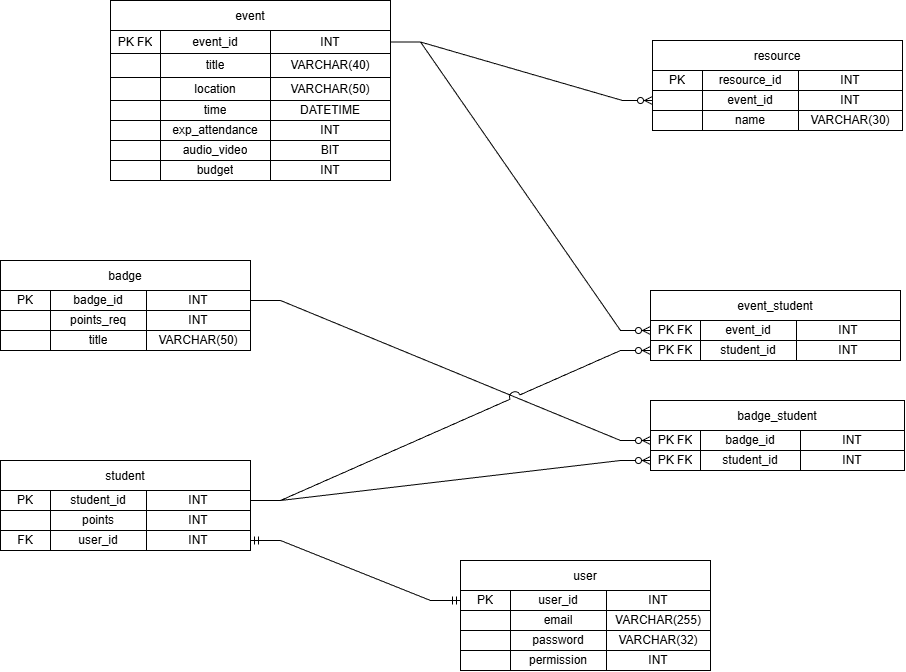
Above: StudentEngagementDatabase/erd.png in GabrielConner/StudentEngagement (draw.io), before the change. Source tidied: cells renumbered, new cells last; positions are measured from the earlier drawing's top-left corner, leaving out a move shared by most shapes.
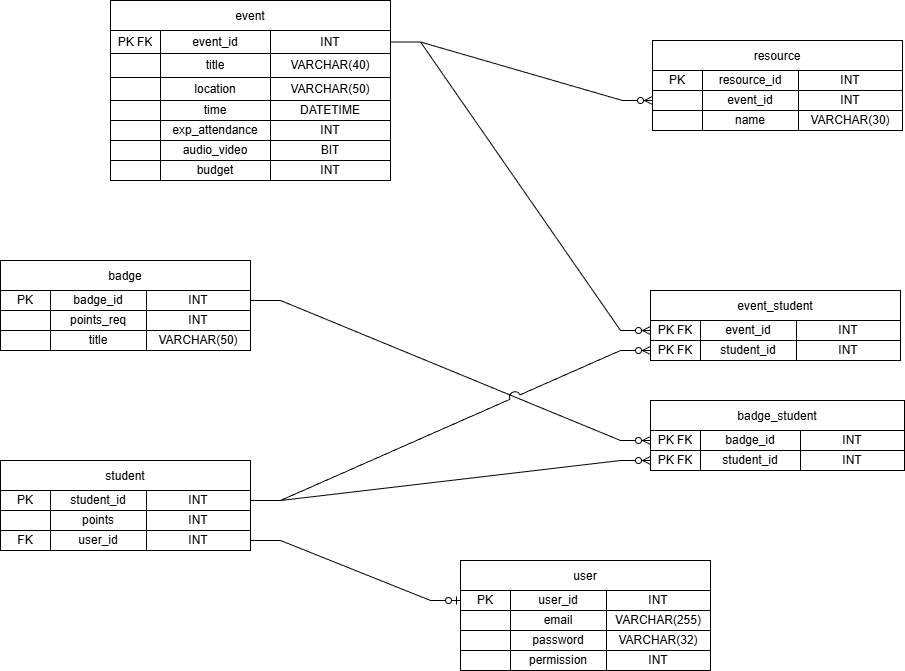
Later version of the same file.

The edit, as a diff of the source:
```diff
@@ -326,7 +326,7 @@
     <mxCell id="109" value="INT" style="shape=partialRectangle;html=1;whiteSpace=wrap;strokeColor=inherit;overflow=hidden;fillColor=none;top=0;left=0;bottom=0;right=0;" parent="106" vertex="1">
       <mxGeometry x="146" width="104" height="20" as="geometry" />
     </mxCell>
-    <mxCell id="110" style="edgeStyle=entityRelationEdgeStyle;fontSize=12;html=1;endArrow=ERmandOne;startArrow=ERmandOne;rounded=0;entryX=0;entryY=0.5;entryDx=0;entryDy=0;exitX=1;exitY=0.5;exitDx=0;exitDy=0;" parent="1" edge="1" source="53" target="94">
+    <mxCell id="110" style="edgeStyle=entityRelationEdgeStyle;fontSize=12;html=1;endArrow=ERzeroToOne;endFill=1;rounded=0;exitX=1;exitY=0.5;exitDx=0;exitDy=0;entryX=0;entryY=0.5;entryDx=0;entryDy=0;" parent="1" edge="1" source="53" target="94">
       <mxGeometry relative="1" as="geometry" />
     </mxCell>
   </root>
```
